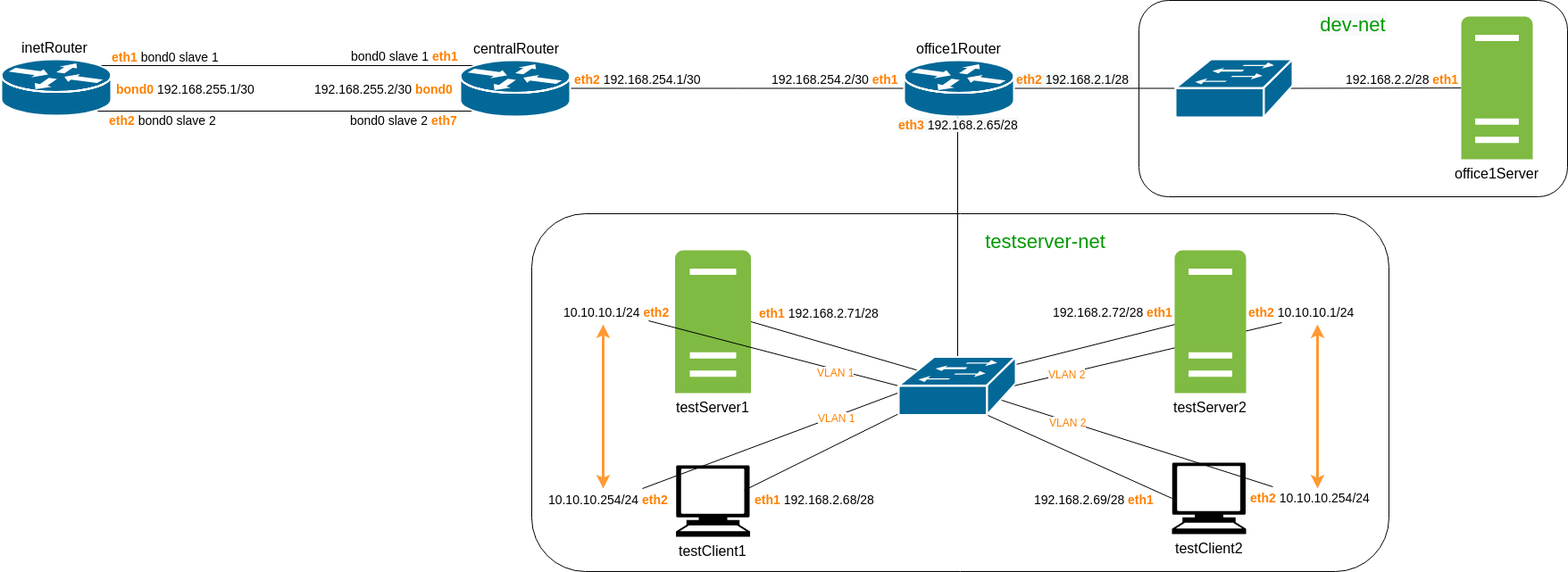
Above: 23-vlans,bonds/pics/23-network.png in AlBichutsky/linux-admin (draw.io), before the change. Source tidied: cells renumbered, new cells last; positions are measured from the earlier drawing's top-left corner, leaving out a move shared by most shapes.
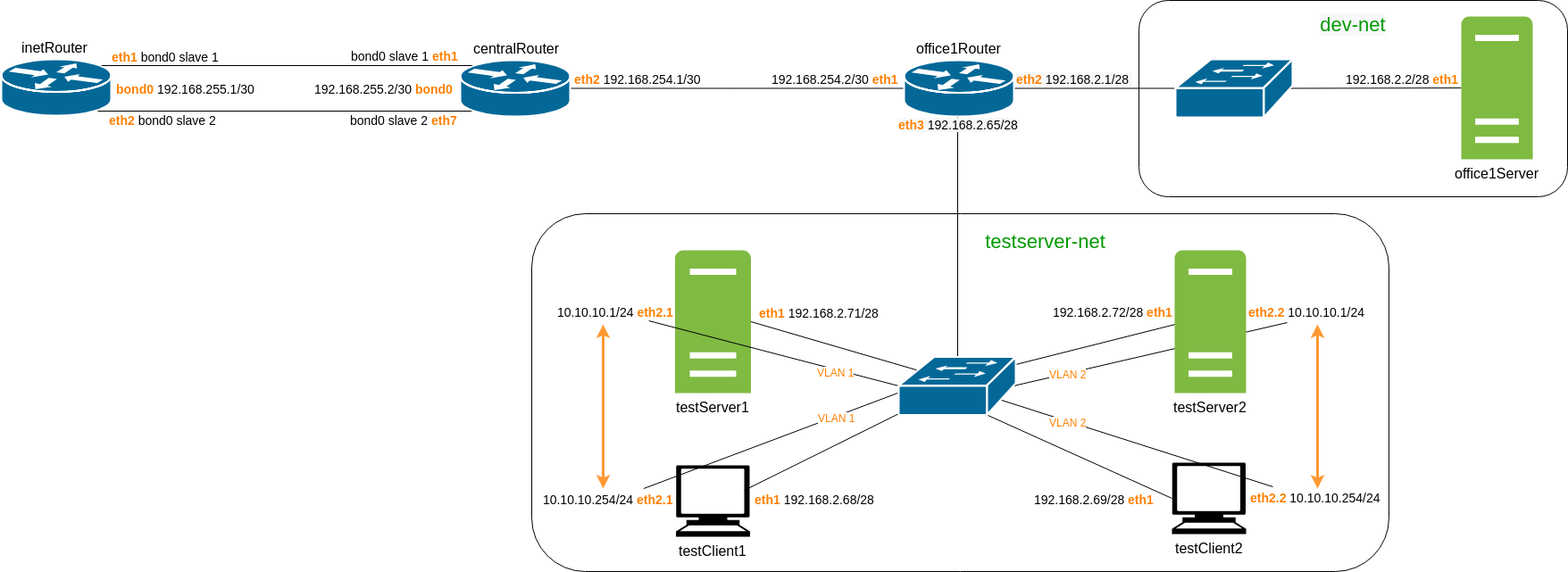
Above is the later version.

The edit, as a diff of the source:
```diff
@@ -114,11 +114,11 @@
     <mxCell id="31" value="&lt;span style=&quot;background-color: rgb(255 , 255 , 255)&quot;&gt;&lt;span style=&quot;color: rgb(0 , 0 , 0) ; text-align: center&quot;&gt;192.168.2.72/28 &lt;/span&gt;&lt;span style=&quot;font-weight: bold ; text-align: center&quot;&gt;eth1&lt;/span&gt;&lt;/span&gt;" style="text;html=1;points=[];align=left;verticalAlign=top;spacingTop=-4;fontSize=14;fontColor=#FF8000;" parent="1" vertex="1">
       <mxGeometry x="1176" y="339" width="150" height="20" as="geometry" />
     </mxCell>
-    <mxCell id="32" value="&lt;span style=&quot;color: rgb(0 , 0 , 0) ; text-align: center ; background-color: rgb(255 , 255 , 255)&quot;&gt;&lt;b&gt;&amp;nbsp;&lt;/b&gt;10.10.10.1/24 &lt;/span&gt;&lt;span style=&quot;text-align: center ; background-color: rgb(255 , 255 , 255)&quot;&gt;&lt;b&gt;eth2&lt;/b&gt;&lt;/span&gt;" style="text;html=1;points=[];align=left;verticalAlign=top;spacingTop=-4;fontSize=14;fontColor=#FF8000;" parent="1" vertex="1">
-      <mxGeometry x="624" y="339" width="140" height="20" as="geometry" />
+    <mxCell id="32" value="&lt;span style=&quot;color: rgb(0 , 0 , 0) ; text-align: center ; background-color: rgb(255 , 255 , 255)&quot;&gt;&lt;b&gt;&amp;nbsp;&lt;/b&gt;10.10.10.1/24 &lt;/span&gt;&lt;span style=&quot;text-align: center ; background-color: rgb(255 , 255 , 255)&quot;&gt;&lt;b&gt;eth2.1&lt;/b&gt;&lt;/span&gt;" style="text;html=1;points=[];align=left;verticalAlign=top;spacingTop=-4;fontSize=14;fontColor=#FF8000;" parent="1" vertex="1">
+      <mxGeometry x="617" y="339" width="150" height="20" as="geometry" />
     </mxCell>
-    <mxCell id="33" value="&lt;span style=&quot;color: rgb(0 , 0 , 0) ; text-align: center ; background-color: rgb(255 , 255 , 255)&quot;&gt;&amp;nbsp;10.10.10.254/24 &lt;/span&gt;&lt;span style=&quot;text-align: center ; background-color: rgb(255 , 255 , 255)&quot;&gt;&lt;b&gt;eth2&lt;/b&gt;&lt;/span&gt;" style="text;html=1;points=[];align=left;verticalAlign=top;spacingTop=-4;fontSize=14;fontColor=#FF8000;" parent="1" vertex="1">
-      <mxGeometry x="606.5" y="549" width="150" height="20" as="geometry" />
+    <mxCell id="33" value="&lt;span style=&quot;color: rgb(0 , 0 , 0) ; text-align: center ; background-color: rgb(255 , 255 , 255)&quot;&gt;&amp;nbsp;10.10.10.254/24 &lt;/span&gt;&lt;span style=&quot;text-align: center ; background-color: rgb(255 , 255 , 255)&quot;&gt;&lt;b&gt;eth2.1&lt;/b&gt;&lt;/span&gt;" style="text;html=1;points=[];align=left;verticalAlign=top;spacingTop=-4;fontSize=14;fontColor=#FF8000;" parent="1" vertex="1">
+      <mxGeometry x="600.5" y="549" width="160" height="20" as="geometry" />
     </mxCell>
     <mxCell id="34" style="edgeStyle=elbowEdgeStyle;rounded=0;jettySize=auto;html=1;exitX=0.12;exitY=0.1;exitDx=0;exitDy=0;exitPerimeter=0;entryX=0.88;entryY=0.1;entryDx=0;entryDy=0;entryPerimeter=0;endArrow=none;endFill=0;fontSize=14;fontColor=#FF8000;elbow=vertical;" parent="1" edge="1" source="36" target="43">
       <mxGeometry relative="1" as="geometry" />
@@ -135,11 +135,11 @@
     <mxCell id="38" value="&lt;span style=&quot;color: rgb(0 , 0 , 0) ; font-size: 16px&quot;&gt;centralRouter&lt;/span&gt;" style="text;html=1;align=left;verticalAlign=top;spacingTop=-4;fontSize=14;fontColor=#FF8000;" parent="1" vertex="1">
       <mxGeometry x="527" y="42" width="110" height="20" as="geometry" />
     </mxCell>
-    <mxCell id="39" value="&lt;b style=&quot;text-align: center&quot;&gt;eth2&lt;/b&gt;&lt;span style=&quot;color: rgb(0 , 0 , 0) ; text-align: center ; background-color: rgb(255 , 255 , 255)&quot;&gt;&lt;b&gt;&amp;nbsp;&lt;/b&gt;10.10.10.254/24&lt;/span&gt;" style="text;html=1;align=left;verticalAlign=top;spacingTop=-4;fontSize=14;fontColor=#FF8000;" parent="1" vertex="1">
-      <mxGeometry x="1397" y="547" width="150" height="20" as="geometry" />
+    <mxCell id="39" value="&lt;b style=&quot;text-align: center&quot;&gt;eth2.2&lt;/b&gt;&lt;span style=&quot;color: rgb(0 , 0 , 0) ; text-align: center ; background-color: rgb(255 , 255 , 255)&quot;&gt;&lt;b&gt;&amp;nbsp;&lt;/b&gt;10.10.10.254/24&lt;/span&gt;" style="text;html=1;align=left;verticalAlign=top;spacingTop=-4;fontSize=14;fontColor=#FF8000;" parent="1" vertex="1">
+      <mxGeometry x="1397" y="547" width="160" height="20" as="geometry" />
     </mxCell>
-    <mxCell id="40" value="&lt;b style=&quot;text-align: center&quot;&gt;eth2&lt;/b&gt;&lt;span style=&quot;color: rgb(0 , 0 , 0) ; text-align: center ; background-color: rgb(255 , 255 , 255)&quot;&gt;&lt;b&gt;&amp;nbsp;&lt;/b&gt;10.10.10.1/24&lt;/span&gt;" style="text;html=1;points=[];align=left;verticalAlign=top;spacingTop=-4;fontSize=14;fontColor=#FF8000;" parent="1" vertex="1">
-      <mxGeometry x="1395" y="339" width="130" height="20" as="geometry" />
+    <mxCell id="40" value="&lt;b style=&quot;text-align: center&quot;&gt;eth2.2&lt;/b&gt;&lt;span style=&quot;color: rgb(0 , 0 , 0) ; text-align: center ; background-color: rgb(255 , 255 , 255)&quot;&gt;&lt;b&gt;&amp;nbsp;&lt;/b&gt;10.10.10.1/24&lt;/span&gt;" style="text;html=1;points=[];align=left;verticalAlign=top;spacingTop=-4;fontSize=14;fontColor=#FF8000;" parent="1" vertex="1">
+      <mxGeometry x="1395" y="339" width="150" height="20" as="geometry" />
     </mxCell>
     <mxCell id="41" value="&lt;b&gt;eth2&lt;/b&gt;&amp;nbsp;&lt;font color=&quot;#000000&quot;&gt;192.168.254.1/30&lt;/font&gt;" style="text;html=1;align=left;verticalAlign=top;spacingTop=-4;fontSize=14;fontColor=#FF8000;" parent="1" vertex="1">
       <mxGeometry x="640" y="77.5" width="160" height="20" as="geometry" />
```
